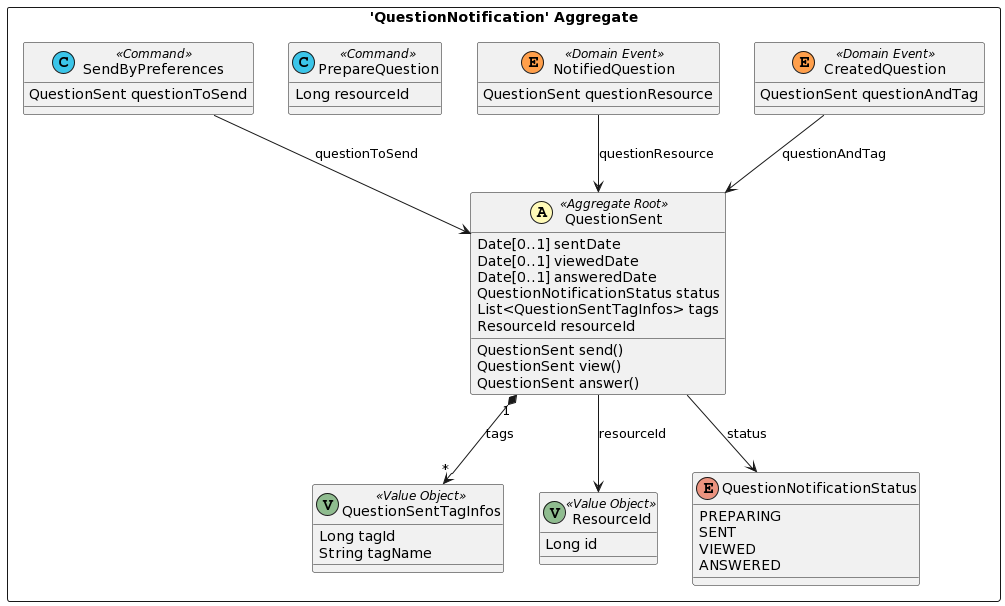
esgi-lyon/question-ddd keeps this PlantUML diagram as doc/dist/src-gen/gamedev_BC_SendQuestionContext_QuestionNotification.png. Above is the earlier version.
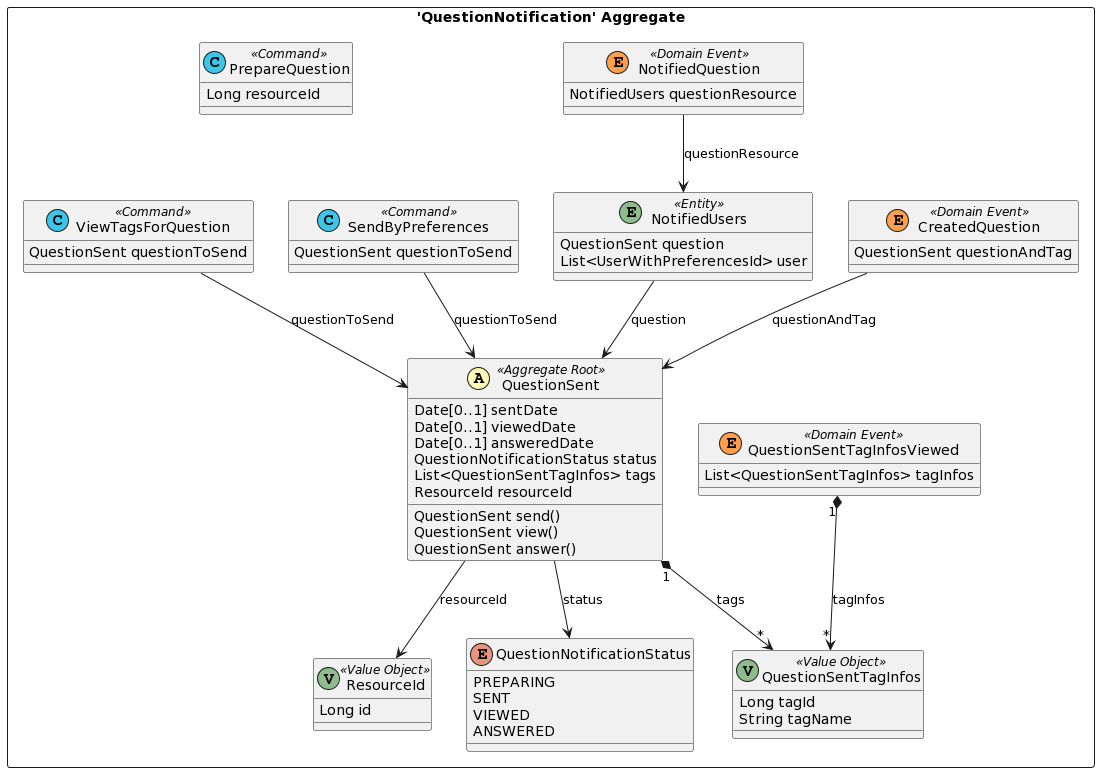
The same diagram one commit later.

What changed in the source:
```diff
@@ -12,6 +12,10 @@
 		QuestionSent send()
 		QuestionSent view()
 		QuestionSent answer()
+	}
+	class NotifiedUsers <<(E,DarkSeaGreen) Entity>> {
+		QuestionSent question
+		List<UserWithPreferencesId> user
 	}
 	class QuestionSentTagInfos <<(V,DarkSeaGreen) Value Object>> {
 		Long tagId
@@ -30,7 +34,10 @@
 		QuestionSent questionAndTag
 	}
 	class NotifiedQuestion <<(E,#ff9f4b) Domain Event>> {
-		QuestionSent questionResource
+		NotifiedUsers questionResource
+	}
+	class QuestionSentTagInfosViewed <<(E,#ff9f4b) Domain Event>> {
+		List<QuestionSentTagInfos> tagInfos
 	}
 	class PrepareQuestion <<(C,#3bc5e9) Command>> {
 		Long resourceId
@@ -38,11 +45,17 @@
 	class SendByPreferences <<(C,#3bc5e9) Command>> {
 		QuestionSent questionToSend
 	}
+	class ViewTagsForQuestion <<(C,#3bc5e9) Command>> {
+		QuestionSent questionToSend
+	}
 }
-NotifiedQuestion --> QuestionSent : questionResource
 QuestionSent --> ResourceId : resourceId
+NotifiedUsers --> QuestionSent : question
 CreatedQuestion --> QuestionSent : questionAndTag
+NotifiedQuestion --> NotifiedUsers : questionResource
 QuestionSent "1" *--> "*" QuestionSentTagInfos : tags
 QuestionSent --> QuestionNotificationStatus : status
+QuestionSentTagInfosViewed "1" *--> "*" QuestionSentTagInfos : tagInfos
+ViewTagsForQuestion --> QuestionSent : questionToSend
 SendByPreferences --> QuestionSent : questionToSend
 @enduml
```
